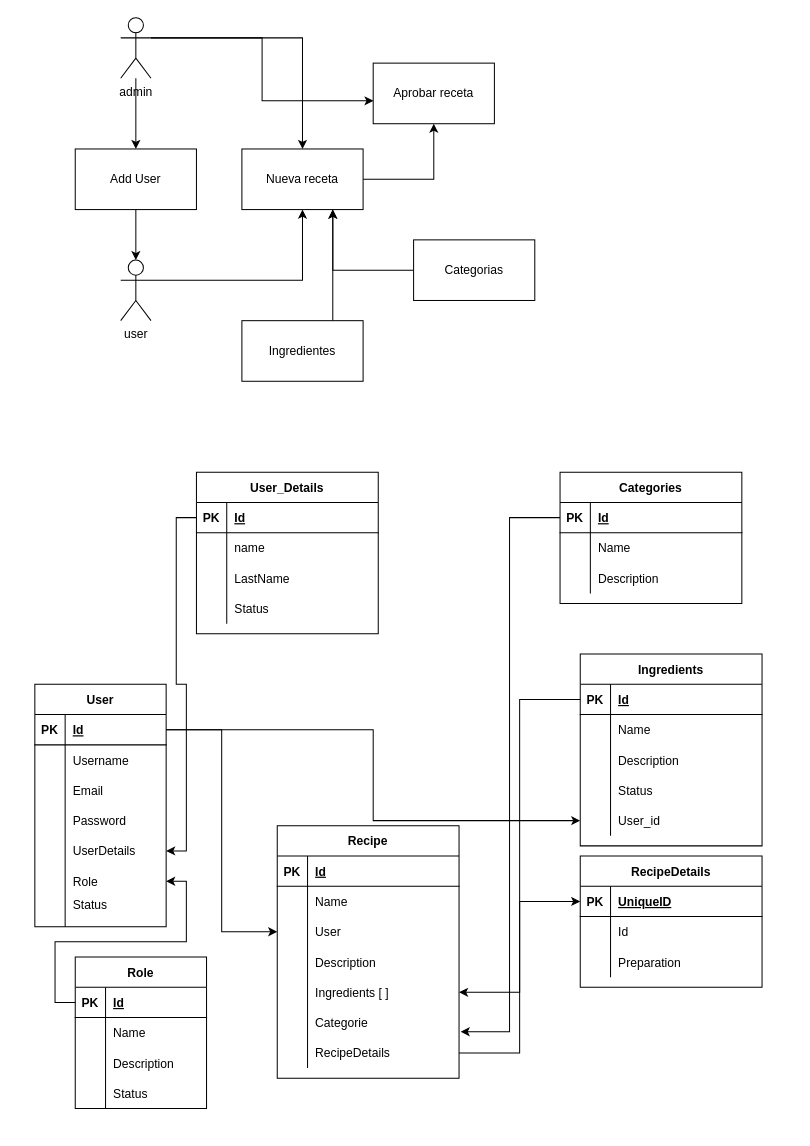
Above: use-case.drawio in moisescastro13/kitchen-recipes (draw.io), before the change. Source tidied: cells renumbered, new cells numbered last; positions are measured from the earlier drawing's top-left corner, leaving out a move shared by most shapes. Both pictures are drawn from the tidied source at 101%, with x=0, y=0 at pixel (34, 17).
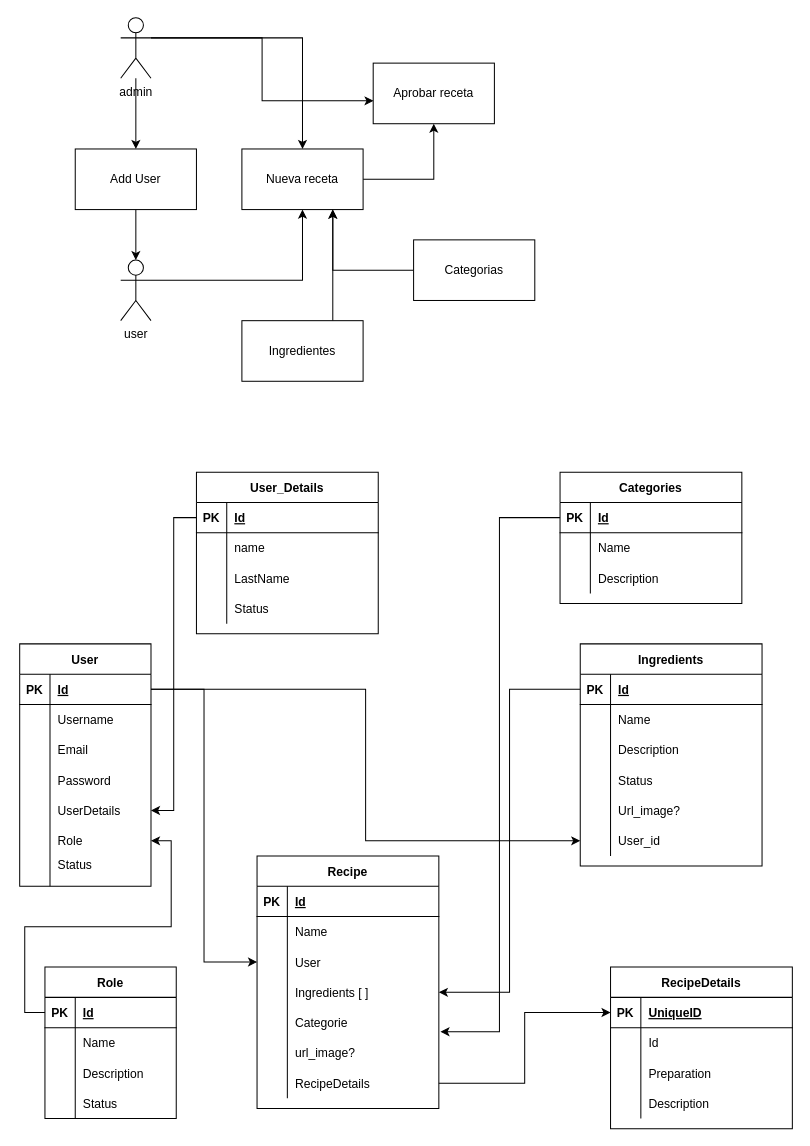
The same page after the edit.

What changed in the source:
```diff
@@
     <mxCell id="17" value="User" style="shape=table;startSize=30;childLayout=tableLayout;rowLines=0;fontStyle=1;align=center;" parent="1" vertex="1">
-      <mxGeometry y="660" width="130" height="240" as="geometry" />
+      <mxGeometry x="-15" y="620" width="130" height="240" as="geometry" />
     </mxCell>
@@
     <mxCell id="52" value="Role" style="shape=table;startSize=30;childLayout=tableLayout;rowLines=0;fontStyle=1;align=center;" parent="1" vertex="1">
-      <mxGeometry x="40" y="930" width="130" height="150" as="geometry" />
+      <mxGeometry x="10" y="940" width="130" height="150" as="geometry" />
     </mxCell>
@@
     <mxCell id="77" value="Ingredients" style="shape=table;startSize=30;childLayout=tableLayout;rowLines=0;fontStyle=1;align=center;" parent="1" vertex="1">
-      <mxGeometry x="540" y="630" width="180" height="190" as="geometry" />
+      <mxGeometry x="540" y="620" width="180" height="220" as="geometry" />
     </mxCell>
@@
+    <mxCell id="130" style="shape=partialRectangle;fillColor=none;top=0;left=0;bottom=0;right=0;" parent="77" vertex="1">
+      <mxGeometry y="150" width="180" height="30" as="geometry" />
+    </mxCell>
+    <mxCell id="131" style="shape=partialRectangle;fillColor=none;top=0;left=0;bottom=0;right=0;overflow=hidden;" parent="130" vertex="1">
+      <mxGeometry width="30" height="30" as="geometry" />
+    </mxCell>
+    <mxCell id="132" value="Url_image?" style="shape=partialRectangle;fillColor=none;top=0;left=0;bottom=0;right=0;align=left;spacingLeft=6;overflow=hidden;" parent="130" vertex="1">
+      <mxGeometry x="30" width="150" height="30" as="geometry" />
+    </mxCell>
     <mxCell id="90" style="shape=partialRectangle;fillColor=none;top=0;left=0;bottom=0;right=0;points=[[0,0.5],[1,0.5]];portConstraint=eastwest;" parent="77" vertex="1">
-      <mxGeometry y="150" width="180" height="30" as="geometry" />
+      <mxGeometry y="180" width="180" height="30" as="geometry" />
     </mxCell>
@@
     <mxCell id="93" value="Recipe" style="shape=table;startSize=30;childLayout=tableLayout;rowLines=0;fontStyle=1;align=center;" parent="1" vertex="1">
-      <mxGeometry x="240" y="800" width="180" height="250" as="geometry" />
+      <mxGeometry x="220" y="830" width="180" height="250" as="geometry" />
     </mxCell>
@@
-    <mxCell id="103" style="shape=partialRectangle;fillColor=none;top=0;left=0;bottom=0;right=0;" parent="93" vertex="1">
-      <mxGeometry y="120" width="180" height="30" as="geometry" />
-    </mxCell>
-    <mxCell id="104" style="shape=partialRectangle;fillColor=none;top=0;left=0;bottom=0;right=0;overflow=hidden;" parent="103" vertex="1">
-      <mxGeometry width="30" height="30" as="geometry" />
-    </mxCell>
-    <mxCell id="105" value="Description" style="shape=partialRectangle;fillColor=none;top=0;left=0;bottom=0;right=0;align=left;spacingLeft=6;overflow=hidden;" parent="103" vertex="1">
-      <mxGeometry x="30" width="150" height="30" as="geometry" />
-    </mxCell>
     <mxCell id="106" style="shape=partialRectangle;fillColor=none;top=0;left=0;bottom=0;right=0;points=[[0,0.5],[1,0.5]];portConstraint=eastwest;" parent="93" vertex="1">
-      <mxGeometry y="150" width="180" height="30" as="geometry" />
+      <mxGeometry y="120" width="180" height="30" as="geometry" />
     </mxCell>
@@
     <mxCell id="109" style="shape=partialRectangle;fillColor=none;top=0;left=0;bottom=0;right=0;points=[[0,0.5],[1,0.5]];portConstraint=eastwest;" parent="93" vertex="1">
-      <mxGeometry y="180" width="180" height="30" as="geometry" />
+      <mxGeometry y="150" width="180" height="30" as="geometry" />
     </mxCell>
@@
+    <mxCell id="133" style="shape=partialRectangle;fillColor=none;top=0;left=0;bottom=0;right=0;" parent="93" vertex="1">
+      <mxGeometry y="180" width="180" height="30" as="geometry" />
+    </mxCell>
+    <mxCell id="134" style="shape=partialRectangle;fillColor=none;top=0;left=0;bottom=0;right=0;overflow=hidden;" parent="133" vertex="1">
+      <mxGeometry width="30" height="30" as="geometry" />
+    </mxCell>
+    <mxCell id="135" value="url_image?" style="shape=partialRectangle;fillColor=none;top=0;left=0;bottom=0;right=0;align=left;spacingLeft=6;overflow=hidden;" parent="133" vertex="1">
+      <mxGeometry x="30" width="150" height="30" as="geometry" />
+    </mxCell>
@@
     <mxCell id="115" value="RecipeDetails" style="shape=table;startSize=30;childLayout=tableLayout;rowLines=0;fontStyle=1;align=center;" parent="1" vertex="1">
-      <mxGeometry x="540" y="830" width="180" height="130" as="geometry" />
+      <mxGeometry x="570" y="940" width="180" height="160" as="geometry" />
     </mxCell>
@@
+    <mxCell id="103" style="shape=partialRectangle;fillColor=none;top=0;left=0;bottom=0;right=0;" parent="115" vertex="1">
+      <mxGeometry y="120" width="180" height="30" as="geometry" />
+    </mxCell>
+    <mxCell id="136" style="shape=partialRectangle;fillColor=none;top=0;left=0;bottom=0;right=0;overflow=hidden;" parent="103" vertex="1">
+      <mxGeometry width="30" height="30" as="geometry" />
+    </mxCell>
+    <mxCell id="105" value="Description" style="shape=partialRectangle;fillColor=none;top=0;left=0;bottom=0;right=0;align=left;spacingLeft=6;overflow=hidden;" parent="103" vertex="1">
+      <mxGeometry x="30" width="150" height="30" as="geometry" />
+    </mxCell>
```
